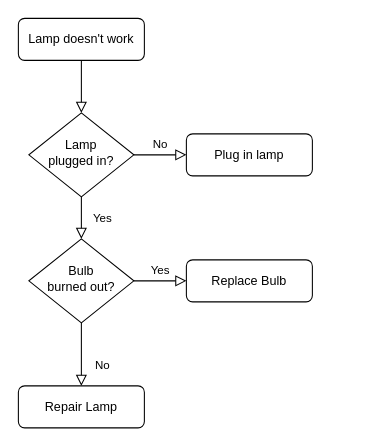
Before: Untitled Diagram.drawio in Smartlify08/Blogr-Landing-Page, a draw.io diagram. Source tidied: cells renumbered, new cells numbered last; positions are measured from the earlier drawing's top-left corner, leaving out a move shared by most shapes. Both pictures are drawn from the tidied source at 105%, with x=0, y=0 at pixel (18, 18).
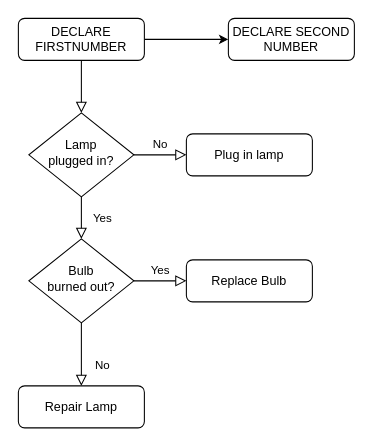
The same diagram, later.

Diff of the diagram source:
```diff
@@
 <mxGraphModel>
   <root>
     <mxCell id="0" />
     <mxCell id="1" parent="0" />
     <mxCell id="2" style="rounded=0;html=1;jettySize=auto;fontSize=11;endArrow=block;endFill=0;endSize=8;strokeWidth=1;shadow=0;labelBackgroundColor=none;edgeStyle=orthogonalEdgeStyle;" parent="1" edge="1" source="3" target="6">
       <mxGeometry relative="1" as="geometry" />
     </mxCell>
+    <mxCell id="13" style="edgeStyle=orthogonalEdgeStyle;rounded=0;jettySize=auto;html=1;" parent="1" edge="1" source="3" target="14">
+      <mxGeometry relative="1" as="geometry" />
+    </mxCell>
-    <mxCell id="3" value="Lamp doesn't work" style="rounded=1;whiteSpace=wrap;html=1;fontSize=12;glass=0;strokeWidth=1;shadow=0;" parent="1" vertex="1">
+    <mxCell id="3" value="DECLARE FIRSTNUMBER" style="rounded=1;whiteSpace=wrap;html=1;fontSize=12;glass=0;strokeWidth=1;shadow=0;" parent="1" vertex="1">
       <mxGeometry width="120" height="40" as="geometry" />
     </mxCell>
     <mxCell id="4" value="Yes" style="rounded=0;html=1;jettySize=auto;fontSize=11;endArrow=block;endFill=0;endSize=8;strokeWidth=1;shadow=0;labelBackgroundColor=none;edgeStyle=orthogonalEdgeStyle;" parent="1" edge="1" source="6" target="10">
       <mxGeometry y="20" relative="1" as="geometry" />
     </mxCell>
     <mxCell id="5" value="No" style="edgeStyle=orthogonalEdgeStyle;rounded=0;html=1;jettySize=auto;fontSize=11;endArrow=block;endFill=0;endSize=8;strokeWidth=1;shadow=0;labelBackgroundColor=none;" parent="1" edge="1" source="6" target="7">
       <mxGeometry y="10" relative="1" as="geometry" />
     </mxCell>
     <mxCell id="6" value="Lamp&lt;br&gt;plugged in?" style="rhombus;whiteSpace=wrap;html=1;shadow=0;fontFamily=Helvetica;fontSize=12;align=center;strokeWidth=1;spacing=6;spacingTop=-4;" parent="1" vertex="1">
       <mxGeometry x="10" y="90" width="100" height="80" as="geometry" />
     </mxCell>
     <mxCell id="7" value="Plug in lamp" style="rounded=1;whiteSpace=wrap;html=1;fontSize=12;glass=0;strokeWidth=1;shadow=0;" parent="1" vertex="1">
       <mxGeometry x="160" y="110" width="120" height="40" as="geometry" />
     </mxCell>
     <mxCell id="8" value="No" style="rounded=0;html=1;jettySize=auto;fontSize=11;endArrow=block;endFill=0;endSize=8;strokeWidth=1;shadow=0;labelBackgroundColor=none;edgeStyle=orthogonalEdgeStyle;" parent="1" edge="1" source="10" target="11">
       <mxGeometry x="0.33" y="20" relative="1" as="geometry" />
     </mxCell>
     <mxCell id="9" value="Yes" style="edgeStyle=orthogonalEdgeStyle;rounded=0;html=1;jettySize=auto;fontSize=11;endArrow=block;endFill=0;endSize=8;strokeWidth=1;shadow=0;labelBackgroundColor=none;" parent="1" edge="1" source="10" target="12">
       <mxGeometry y="10" relative="1" as="geometry" />
     </mxCell>
     <mxCell id="10" value="Bulb&lt;br&gt;burned out?" style="rhombus;whiteSpace=wrap;html=1;shadow=0;fontFamily=Helvetica;fontSize=12;align=center;strokeWidth=1;spacing=6;spacingTop=-4;" parent="1" vertex="1">
       <mxGeometry x="10" y="210" width="100" height="80" as="geometry" />
     </mxCell>
     <mxCell id="11" value="Repair Lamp" style="rounded=1;whiteSpace=wrap;html=1;fontSize=12;glass=0;strokeWidth=1;shadow=0;" parent="1" vertex="1">
       <mxGeometry y="350" width="120" height="40" as="geometry" />
     </mxCell>
     <mxCell id="12" value="Replace Bulb" style="rounded=1;whiteSpace=wrap;html=1;fontSize=12;glass=0;strokeWidth=1;shadow=0;" parent="1" vertex="1">
       <mxGeometry x="160" y="230" width="120" height="40" as="geometry" />
     </mxCell>
+    <mxCell id="14" value="DECLARE SECOND NUMBER" style="rounded=1;whiteSpace=wrap;html=1;fontSize=12;glass=0;strokeWidth=1;shadow=0;" parent="1" vertex="1">
+      <mxGeometry x="200" width="120" height="40" as="geometry" />
+    </mxCell>
   </root>
 </mxGraphModel>
```
